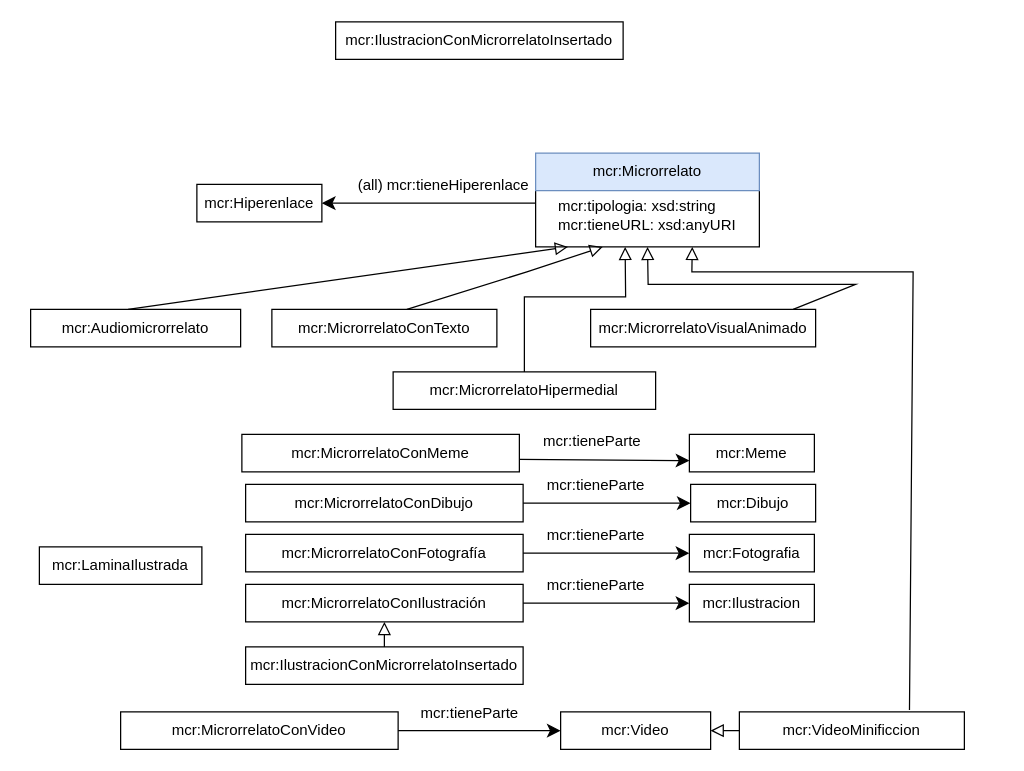
marianofl1971/microrrelatos keeps this draw.io diagram as suclassesDeMicrorrelatos.drawio. Above is the earlier version. Source tidied: cells renumbered, new cells numbered last; positions are measured from the earlier drawing's top-left corner, leaving out a move shared by most shapes. Both pictures are drawn from the tidied source at 125%, with x=0, y=0 at pixel (30, 21).
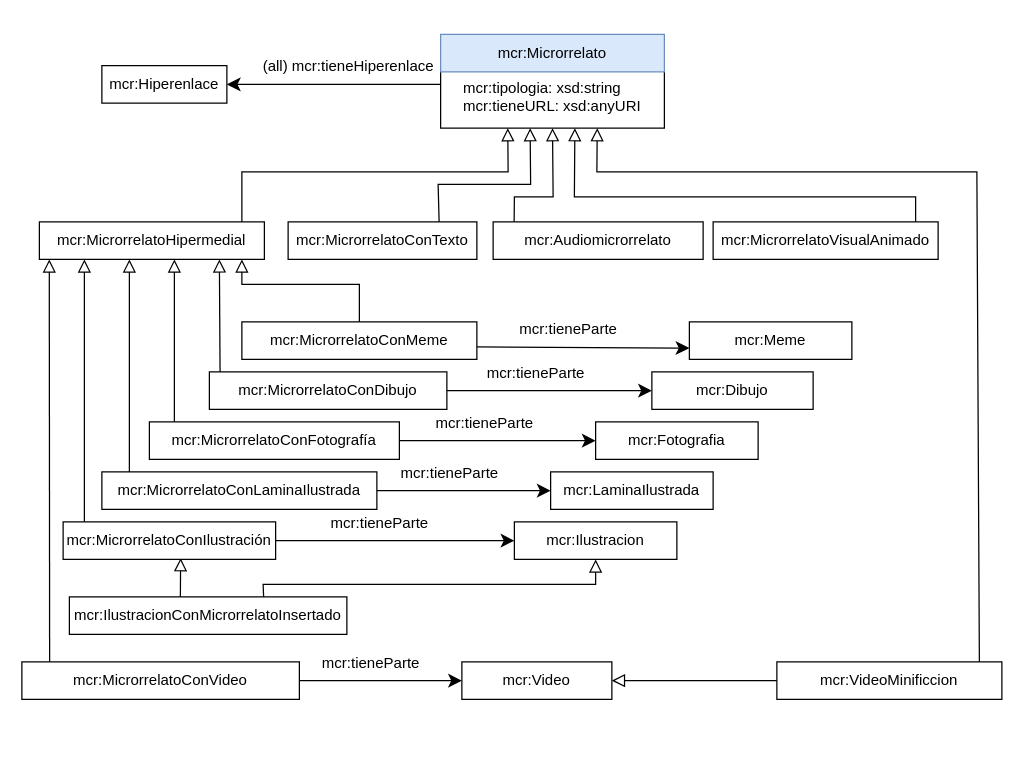
The same diagram, later.

Commit message (it also covers changes not shown here):
Parece que he cambiado ya microrrelato multimedia por microrrelato hipermedial

Diff of the diagram source:
```diff
@@
-    <mxCell id="2" value="mcr:MicrorrelatoConTexto" style="rounded=0;whiteSpace=wrap;html=1;snapToPoint=1;points=[[0.1,0],[0.2,0],[0.3,0],[0.4,0],[0.5,0],[0.6,0],[0.7,0],[0.8,0],[0.9,0],[0,0.1],[0,0.3],[0,0.5],[0,0.7],[0,0.9],[0.1,1],[0.2,1],[0.3,1],[0.4,1],[0.5,1],[0.6,1],[0.7,1],[0.8,1],[0.9,1],[1,0.1],[1,0.3],[1,0.5],[1,0.7],[1,0.9]];" parent="1" vertex="1">
-      <mxGeometry x="193" y="230" width="180" height="30" as="geometry" />
+    <mxCell id="2" value="mcr:MicrorrelatoHipermedial" style="rounded=0;whiteSpace=wrap;html=1;snapToPoint=1;points=[[0.1,0],[0.2,0],[0.3,0],[0.4,0],[0.5,0],[0.6,0],[0.7,0],[0.8,0],[0.9,0],[0,0.1],[0,0.3],[0,0.5],[0,0.7],[0,0.9],[0.1,1],[0.2,1],[0.3,1],[0.4,1],[0.5,1],[0.6,1],[0.7,1],[0.8,1],[0.9,1],[1,0.1],[1,0.3],[1,0.5],[1,0.7],[1,0.9]];" parent="1" vertex="1">
+      <mxGeometry x="7" y="160" width="180" height="30" as="geometry" />
     </mxCell>
-    <mxCell id="3" value="mcr:MicrorrelatoHipermedial" style="rounded=0;whiteSpace=wrap;html=1;snapToPoint=1;points=[[0.1,0],[0.2,0],[0.3,0],[0.4,0],[0.5,0],[0.6,0],[0.7,0],[0.8,0],[0.9,0],[0,0.1],[0,0.3],[0,0.5],[0,0.7],[0,0.9],[0.1,1],[0.2,1],[0.3,1],[0.4,1],[0.5,1],[0.6,1],[0.7,1],[0.8,1],[0.9,1],[1,0.1],[1,0.3],[1,0.5],[1,0.7],[1,0.9]];" parent="1" vertex="1">
-      <mxGeometry x="290" y="280" width="210" height="30" as="geometry" />
+    <mxCell id="3" value="mcr:MicrorrelatoConTexto" style="rounded=0;whiteSpace=wrap;html=1;snapToPoint=1;points=[[0.1,0],[0.2,0],[0.3,0],[0.4,0],[0.5,0],[0.6,0],[0.7,0],[0.8,0],[0.9,0],[0,0.1],[0,0.3],[0,0.5],[0,0.7],[0,0.9],[0.1,1],[0.2,1],[0.3,1],[0.4,1],[0.5,1],[0.6,1],[0.7,1],[0.8,1],[0.9,1],[1,0.1],[1,0.3],[1,0.5],[1,0.7],[1,0.9]];" parent="1" vertex="1">
+      <mxGeometry x="206" y="160" width="151" height="30" as="geometry" />
     </mxCell>
     <mxCell id="4" value="&lt;div align=&quot;left&quot;&gt;mcr:tipologia: xsd:string&lt;/div&gt;&lt;div&gt;mcr:tieneURL: xsd:anyURI&lt;br&gt;&lt;/div&gt;" style="rounded=0;whiteSpace=wrap;html=1;snapToPoint=1;points=[[0.1,0],[0.2,0],[0.3,0],[0.4,0],[0.5,0],[0.6,0],[0.7,0],[0.8,0],[0.9,0],[0,0.1],[0,0.3],[0,0.5],[0,0.7],[0,0.9],[0.1,1],[0.2,1],[0.3,1],[0.4,1],[0.5,1],[0.6,1],[0.7,1],[0.8,1],[0.9,1],[1,0.1],[1,0.3],[1,0.5],[1,0.7],[1,0.9]];" parent="1" vertex="1">
-      <mxGeometry x="404" y="130" width="179" height="50" as="geometry" />
+      <mxGeometry x="328" y="35" width="179" height="50" as="geometry" />
     </mxCell>
     <mxCell id="5" value="mcr:Microrrelato" style="rounded=0;whiteSpace=wrap;html=1;fillColor=#dae8fc;strokeColor=#6c8ebf;" parent="1" vertex="1">
-      <mxGeometry x="404" y="105" width="179" height="30" as="geometry" />
+      <mxGeometry x="328" y="10" width="179" height="30" as="geometry" />
     </mxCell>
     <mxCell id="6" value="mcr:MicrorrelatoVisualAnimado" style="rounded=0;whiteSpace=wrap;html=1;snapToPoint=1;points=[[0.1,0],[0.2,0],[0.3,0],[0.4,0],[0.5,0],[0.6,0],[0.7,0],[0.8,0],[0.9,0],[0,0.1],[0,0.3],[0,0.5],[0,0.7],[0,0.9],[0.1,1],[0.2,1],[0.3,1],[0.4,1],[0.5,1],[0.6,1],[0.7,1],[0.8,1],[0.9,1],[1,0.1],[1,0.3],[1,0.5],[1,0.7],[1,0.9]];" parent="1" vertex="1">
-      <mxGeometry x="448" y="230" width="180" height="30" as="geometry" />
+      <mxGeometry x="546" y="160" width="180" height="30" as="geometry" />
     </mxCell>
     <mxCell id="7" value="mcr:VideoMinificcion" style="rounded=0;whiteSpace=wrap;html=1;snapToPoint=1;points=[[0.1,0],[0.2,0],[0.3,0],[0.4,0],[0.5,0],[0.6,0],[0.7,0],[0.8,0],[0.9,0],[0,0.1],[0,0.3],[0,0.5],[0,0.7],[0,0.9],[0.1,1],[0.2,1],[0.3,1],[0.4,1],[0.5,1],[0.6,1],[0.7,1],[0.8,1],[0.9,1],[1,0.1],[1,0.3],[1,0.5],[1,0.7],[1,0.9]];" parent="1" vertex="1">
-      <mxGeometry x="567" y="552" width="180" height="30" as="geometry" />
+      <mxGeometry x="597" y="512" width="180" height="30" as="geometry" />
     </mxCell>
-    <mxCell id="8" style="endArrow=block;html=1;fontColor=#000099;endFill=0;entryX=0.145;entryY=1;entryDx=0;entryDy=0;endSize=8;arcSize=0;exitX=0.464;exitY=0;exitDx=0;exitDy=0;entryPerimeter=0;exitPerimeter=0;" parent="1" edge="1" source="12" target="4">
-      <mxGeometry relative="1" as="geometry" />
+    <mxCell id="8" style="endArrow=block;html=1;fontColor=#000099;endFill=0;entryX=0.5;entryY=1;entryDx=0;entryDy=0;endSize=8;arcSize=0;exitX=0.1;exitY=0;exitDx=0;exitDy=0;" parent="1" edge="1" source="12" target="4">
+      <mxGeometry relative="1" as="geometry">
+        <Array as="points">
+          <mxPoint x="387" y="140" />
+          <mxPoint x="418" y="140" />
+        </Array>
+      </mxGeometry>
     </mxCell>
-    <mxCell id="9" style="endArrow=block;html=1;fontColor=#000099;exitX=0.5;exitY=0;exitDx=0;exitDy=0;endFill=0;endSize=8;arcSize=0;entryX=0.4;entryY=1;entryDx=0;entryDy=0;" parent="1" edge="1" source="3" target="4">
+    <mxCell id="9" style="endArrow=block;html=1;fontColor=#000099;exitX=0.8;exitY=0;exitDx=0;exitDy=0;endFill=0;endSize=8;arcSize=0;entryX=0.4;entryY=1;entryDx=0;entryDy=0;" parent="1" edge="1" source="3" target="4">
       <mxGeometry relative="1" as="geometry">
         <Array as="points">
-          <mxPoint x="395" y="220" />
-          <mxPoint x="476" y="220" />
+          <mxPoint x="326" y="130" />
+          <mxPoint x="400" y="130" />
         </Array>
       </mxGeometry>
     </mxCell>
-    <mxCell id="10" style="endArrow=block;html=1;fontColor=#000099;exitX=0.756;exitY=-0.05;exitDx=0;exitDy=0;endFill=0;entryX=0.7;entryY=1;entryDx=0;entryDy=0;endSize=8;arcSize=0;exitPerimeter=0;" parent="1" edge="1" source="7" target="4">
+    <mxCell id="10" style="endArrow=block;html=1;fontColor=#000099;endFill=0;entryX=0.7;entryY=1;entryDx=0;entryDy=0;endSize=8;arcSize=0;exitX=0.9;exitY=0;exitDx=0;exitDy=0;" parent="1" edge="1" source="7" target="4">
       <mxGeometry relative="1" as="geometry">
         <Array as="points">
-          <mxPoint x="706" y="200" />
-          <mxPoint x="529" y="200" />
+          <mxPoint x="757" y="120" />
+          <mxPoint x="453" y="120" />
         </Array>
       </mxGeometry>
     </mxCell>
-    <mxCell id="11" style="endArrow=block;html=1;fontColor=#000099;endFill=0;entryX=0.3;entryY=1;entryDx=0;entryDy=0;endSize=8;arcSize=0;exitX=0.6;exitY=0;exitDx=0;exitDy=0;" parent="1" edge="1" source="2" target="4">
+    <mxCell id="11" style="endArrow=block;html=1;fontColor=#000099;endFill=0;entryX=0.3;entryY=1;entryDx=0;entryDy=0;endSize=8;arcSize=0;exitX=0.9;exitY=0;exitDx=0;exitDy=0;" parent="1" edge="1" source="2" target="4">
       <mxGeometry relative="1" as="geometry">
         <Array as="points">
-          <mxPoint x="397" y="200" />
+          <mxPoint x="169" y="120" />
+          <mxPoint x="382" y="120" />
         </Array>
       </mxGeometry>
     </mxCell>
     <mxCell id="12" value="mcr:Audiomicrorrelato" style="rounded=0;whiteSpace=wrap;html=1;snapToPoint=1;points=[[0.1,0],[0.2,0],[0.3,0],[0.4,0],[0.5,0],[0.6,0],[0.7,0],[0.8,0],[0.9,0],[0,0.1],[0,0.3],[0,0.5],[0,0.7],[0,0.9],[0.1,1],[0.2,1],[0.3,1],[0.4,1],[0.5,1],[0.6,1],[0.7,1],[0.8,1],[0.9,1],[1,0.1],[1,0.3],[1,0.5],[1,0.7],[1,0.9]];" parent="1" vertex="1">
-      <mxGeometry y="230" width="168" height="30" as="geometry" />
+      <mxGeometry x="370" y="160" width="168" height="30" as="geometry" />
     </mxCell>
-    <mxCell id="13" style="endArrow=block;html=1;fontColor=#000099;endFill=0;entryX=0.5;entryY=1;entryDx=0;entryDy=0;endSize=8;arcSize=0;exitX=0.9;exitY=0;exitDx=0;exitDy=0;" parent="1" edge="1" source="6" target="4">
+    <mxCell id="13" style="endArrow=block;html=1;fontColor=#000099;endFill=0;entryX=0.6;entryY=1;entryDx=0;entryDy=0;endSize=8;arcSize=0;exitX=0.9;exitY=0;exitDx=0;exitDy=0;" parent="1" edge="1" source="6" target="4">
       <mxGeometry relative="1" as="geometry">
         <Array as="points">
-          <mxPoint x="660" y="210" />
-          <mxPoint x="620" y="210" />
-          <mxPoint x="580" y="210" />
-          <mxPoint x="494" y="210" />
+          <mxPoint x="708" y="140" />
+          <mxPoint x="435" y="140" />
         </Array>
       </mxGeometry>
     </mxCell>
     <mxCell id="14" value="mcr:IlustracionConMicrorrelatoInsertado" style="rounded=0;whiteSpace=wrap;html=1;snapToPoint=1;points=[[0.1,0],[0.2,0],[0.3,0],[0.4,0],[0.5,0],[0.6,0],[0.7,0],[0.8,0],[0.9,0],[0,0.1],[0,0.3],[0,0.5],[0,0.7],[0,0.9],[0.1,1],[0.2,1],[0.3,1],[0.4,1],[0.5,1],[0.6,1],[0.7,1],[0.8,1],[0.9,1],[1,0.1],[1,0.3],[1,0.5],[1,0.7],[1,0.9]];" parent="1" vertex="1">
-      <mxGeometry x="172" y="500" width="222" height="30" as="geometry" />
+      <mxGeometry x="31" y="460" width="222" height="30" as="geometry" />
     </mxCell>
-    <mxCell id="15" style="endArrow=block;html=1;fontColor=#000099;endFill=0;endSize=8;arcSize=0;exitX=0.5;exitY=0;exitDx=0;exitDy=0;entryX=0.5;entryY=1;entryDx=0;entryDy=0;" parent="1" edge="1" source="14" target="21">
+    <mxCell id="15" style="endArrow=block;html=1;fontColor=#000099;endFill=0;endSize=8;arcSize=0;exitX=0.4;exitY=0;exitDx=0;exitDy=0;entryX=0.553;entryY=0.967;entryDx=0;entryDy=0;entryPerimeter=0;" parent="1" edge="1" source="14" target="21">
       <mxGeometry relative="1" as="geometry" />
     </mxCell>
     <mxCell id="16" value="mcr:Hiperenlace" style="rounded=0;whiteSpace=wrap;html=1;snapToPoint=1;points=[[0.1,0],[0.2,0],[0.3,0],[0.4,0],[0.5,0],[0.6,0],[0.7,0],[0.8,0],[0.9,0],[0,0.1],[0,0.3],[0,0.5],[0,0.7],[0,0.9],[0.1,1],[0.2,1],[0.3,1],[0.4,1],[0.5,1],[0.6,1],[0.7,1],[0.8,1],[0.9,1],[1,0.1],[1,0.3],[1,0.5],[1,0.7],[1,0.9]];" parent="1" vertex="1">
-      <mxGeometry x="133" y="130" width="100" height="30" as="geometry" />
+      <mxGeometry x="57" y="35" width="100" height="30" as="geometry" />
     </mxCell>
     <mxCell id="17" value="mcr:Video" style="rounded=0;whiteSpace=wrap;html=1;snapToPoint=1;points=[[0.1,0],[0.2,0],[0.3,0],[0.4,0],[0.5,0],[0.6,0],[0.7,0],[0.8,0],[0.9,0],[0,0.1],[0,0.3],[0,0.5],[0,0.7],[0,0.9],[0.1,1],[0.2,1],[0.3,1],[0.4,1],[0.5,1],[0.6,1],[0.7,1],[0.8,1],[0.9,1],[1,0.1],[1,0.3],[1,0.5],[1,0.7],[1,0.9]];" parent="1" vertex="1">
-      <mxGeometry x="424" y="552" width="120" height="30" as="geometry" />
+      <mxGeometry x="345" y="512" width="120" height="30" as="geometry" />
     </mxCell>
@@
     <mxCell id="19" value="mcr:Dibujo" style="rounded=0;whiteSpace=wrap;html=1;snapToPoint=1;points=[[0.1,0],[0.2,0],[0.3,0],[0.4,0],[0.5,0],[0.6,0],[0.7,0],[0.8,0],[0.9,0],[0,0.1],[0,0.3],[0,0.5],[0,0.7],[0,0.9],[0.1,1],[0.2,1],[0.3,1],[0.4,1],[0.5,1],[0.6,1],[0.7,1],[0.8,1],[0.9,1],[1,0.1],[1,0.3],[1,0.5],[1,0.7],[1,0.9]];" parent="1" vertex="1">
-      <mxGeometry x="528" y="370" width="100" height="30" as="geometry" />
+      <mxGeometry x="497" y="280" width="129" height="30" as="geometry" />
     </mxCell>
     <mxCell id="20" value="mcr:MicrorrelatoConFotografía" style="rounded=0;whiteSpace=wrap;html=1;snapToPoint=1;points=[[0.1,0],[0.2,0],[0.3,0],[0.4,0],[0.5,0],[0.6,0],[0.7,0],[0.8,0],[0.9,0],[0,0.1],[0,0.3],[0,0.5],[0,0.7],[0,0.9],[0.1,1],[0.2,1],[0.3,1],[0.4,1],[0.5,1],[0.6,1],[0.7,1],[0.8,1],[0.9,1],[1,0.1],[1,0.3],[1,0.5],[1,0.7],[1,0.9]];" parent="1" vertex="1">
-      <mxGeometry x="172" y="410" width="222" height="30" as="geometry" />
+      <mxGeometry x="95" y="320" width="200" height="30" as="geometry" />
     </mxCell>
     <mxCell id="21" value="mcr:MicrorrelatoConIlustración" style="rounded=0;whiteSpace=wrap;html=1;snapToPoint=1;points=[[0.1,0],[0.2,0],[0.3,0],[0.4,0],[0.5,0],[0.6,0],[0.7,0],[0.8,0],[0.9,0],[0,0.1],[0,0.3],[0,0.5],[0,0.7],[0,0.9],[0.1,1],[0.2,1],[0.3,1],[0.4,1],[0.5,1],[0.6,1],[0.7,1],[0.8,1],[0.9,1],[1,0.1],[1,0.3],[1,0.5],[1,0.7],[1,0.9]];" parent="1" vertex="1">
-      <mxGeometry x="172" y="450" width="222" height="30" as="geometry" />
+      <mxGeometry x="26" y="400" width="170" height="30" as="geometry" />
     </mxCell>
     <mxCell id="22" value="mcr:MicrorrelatoConDibujo" style="rounded=0;whiteSpace=wrap;html=1;snapToPoint=1;points=[[0.1,0],[0.2,0],[0.3,0],[0.4,0],[0.5,0],[0.6,0],[0.7,0],[0.8,0],[0.9,0],[0,0.1],[0,0.3],[0,0.5],[0,0.7],[0,0.9],[0.1,1],[0.2,1],[0.3,1],[0.4,1],[0.5,1],[0.6,1],[0.7,1],[0.8,1],[0.9,1],[1,0.1],[1,0.3],[1,0.5],[1,0.7],[1,0.9]];" parent="1" vertex="1">
-      <mxGeometry x="172" y="370" width="222" height="30" as="geometry" />
+      <mxGeometry x="143" y="280" width="190" height="30" as="geometry" />
     </mxCell>
     <mxCell id="23" value="mcr:MicrorrelatoConVideo" style="rounded=0;whiteSpace=wrap;html=1;snapToPoint=1;points=[[0.1,0],[0.2,0],[0.3,0],[0.4,0],[0.5,0],[0.6,0],[0.7,0],[0.8,0],[0.9,0],[0,0.1],[0,0.3],[0,0.5],[0,0.7],[0,0.9],[0.1,1],[0.2,1],[0.3,1],[0.4,1],[0.5,1],[0.6,1],[0.7,1],[0.8,1],[0.9,1],[1,0.1],[1,0.3],[1,0.5],[1,0.7],[1,0.9]];" parent="1" vertex="1">
-      <mxGeometry x="72" y="552" width="222" height="30" as="geometry" />
+      <mxGeometry x="-7" y="512" width="222" height="30" as="geometry" />
     </mxCell>
     <mxCell id="24" style="endArrow=classic;html=1;exitX=1;exitY=0.5;exitDx=0;exitDy=0;endSize=8;entryX=0;entryY=0.5;entryDx=0;entryDy=0;arcSize=0;" parent="1" edge="1" source="23" target="17">
       <mxGeometry relative="1" as="geometry">
         <Array as="points">
-          <mxPoint x="304" y="567" />
+          <mxPoint x="225" y="527" />
         </Array>
       </mxGeometry>
     </mxCell>
@@
     <mxCell id="26" value="mcr:Ilustracion" style="rounded=0;whiteSpace=wrap;html=1;snapToPoint=1;points=[[0.1,0],[0.2,0],[0.3,0],[0.4,0],[0.5,0],[0.6,0],[0.7,0],[0.8,0],[0.9,0],[0,0.1],[0,0.3],[0,0.5],[0,0.7],[0,0.9],[0.1,1],[0.2,1],[0.3,1],[0.4,1],[0.5,1],[0.6,1],[0.7,1],[0.8,1],[0.9,1],[1,0.1],[1,0.3],[1,0.5],[1,0.7],[1,0.9]];" parent="1" vertex="1">
-      <mxGeometry x="527" y="450" width="100" height="30" as="geometry" />
+      <mxGeometry x="387" y="400" width="130" height="30" as="geometry" />
     </mxCell>
-    <mxCell id="27" value="mcr:IlustracionConMicrorrelatoInsertado" style="rounded=0;whiteSpace=wrap;html=1;" parent="1" vertex="1">
-      <mxGeometry x="244" width="230" height="30" as="geometry" />
-    </mxCell>
     <mxCell id="28" value="mcr:Fotografia" style="rounded=0;whiteSpace=wrap;html=1;snapToPoint=1;points=[[0.1,0],[0.2,0],[0.3,0],[0.4,0],[0.5,0],[0.6,0],[0.7,0],[0.8,0],[0.9,0],[0,0.1],[0,0.3],[0,0.5],[0,0.7],[0,0.9],[0.1,1],[0.2,1],[0.3,1],[0.4,1],[0.5,1],[0.6,1],[0.7,1],[0.8,1],[0.9,1],[1,0.1],[1,0.3],[1,0.5],[1,0.7],[1,0.9]];" parent="1" vertex="1">
-      <mxGeometry x="527" y="410" width="100" height="30" as="geometry" />
+      <mxGeometry x="452" y="320" width="130" height="30" as="geometry" />
     </mxCell>
     <mxCell id="29" value="mcr:LaminaIlustrada" style="rounded=0;whiteSpace=wrap;html=1;snapToPoint=1;points=[[0.1,0],[0.2,0],[0.3,0],[0.4,0],[0.5,0],[0.6,0],[0.7,0],[0.8,0],[0.9,0],[0,0.1],[0,0.3],[0,0.5],[0,0.7],[0,0.9],[0.1,1],[0.2,1],[0.3,1],[0.4,1],[0.5,1],[0.6,1],[0.7,1],[0.8,1],[0.9,1],[1,0.1],[1,0.3],[1,0.5],[1,0.7],[1,0.9]];" parent="1" vertex="1">
-      <mxGeometry x="7" y="420" width="130" height="30" as="geometry" />
+      <mxGeometry x="416" y="360" width="130" height="30" as="geometry" />
     </mxCell>
     <mxCell id="30" value="mcr:Meme" style="rounded=0;whiteSpace=wrap;html=1;snapToPoint=1;points=[[0.1,0],[0.2,0],[0.3,0],[0.4,0],[0.5,0],[0.6,0],[0.7,0],[0.8,0],[0.9,0],[0,0.1],[0,0.3],[0,0.5],[0,0.7],[0,0.9],[0.1,1],[0.2,1],[0.3,1],[0.4,1],[0.5,1],[0.6,1],[0.7,1],[0.8,1],[0.9,1],[1,0.1],[1,0.3],[1,0.5],[1,0.7],[1,0.9]];" parent="1" vertex="1">
-      <mxGeometry x="527" y="330" width="100" height="30" as="geometry" />
+      <mxGeometry x="527" y="240" width="130" height="30" as="geometry" />
     </mxCell>
     <mxCell id="31" value="mcr:MicrorrelatoConMeme" style="rounded=0;whiteSpace=wrap;html=1;snapToPoint=1;points=[[0.1,0],[0.2,0],[0.3,0],[0.4,0],[0.5,0],[0.6,0],[0.7,0],[0.8,0],[0.9,0],[0,0.1],[0,0.3],[0,0.5],[0,0.7],[0,0.9],[0.1,1],[0.2,1],[0.3,1],[0.4,1],[0.5,1],[0.6,1],[0.7,1],[0.8,1],[0.9,1],[1,0.1],[1,0.3],[1,0.5],[1,0.7],[1,0.9]];" parent="1" vertex="1">
-      <mxGeometry x="169" y="330" width="222" height="30" as="geometry" />
+      <mxGeometry x="169" y="240" width="188" height="30" as="geometry" />
     </mxCell>
     <mxCell id="32" style="endArrow=classic;html=1;exitX=0;exitY=0.3;exitDx=0;exitDy=0;endSize=8;entryX=1;entryY=0.5;entryDx=0;entryDy=0;arcSize=0;" parent="1" edge="1" source="4" target="16">
       <mxGeometry relative="1" as="geometry">
         <Array as="points">
-          <mxPoint x="357" y="145" />
+          <mxPoint x="281" y="50" />
         </Array>
       </mxGeometry>
     </mxCell>
@@
+    <mxCell id="42" value="mcr:MicrorrelatoConLaminaIlustrada" style="rounded=0;whiteSpace=wrap;html=1;snapToPoint=1;points=[[0.1,0],[0.2,0],[0.3,0],[0.4,0],[0.5,0],[0.6,0],[0.7,0],[0.8,0],[0.9,0],[0,0.1],[0,0.3],[0,0.5],[0,0.7],[0,0.9],[0.1,1],[0.2,1],[0.3,1],[0.4,1],[0.5,1],[0.6,1],[0.7,1],[0.8,1],[0.9,1],[1,0.1],[1,0.3],[1,0.5],[1,0.7],[1,0.9]];" parent="1" vertex="1">
+      <mxGeometry x="57" y="360" width="220" height="30" as="geometry" />
+    </mxCell>
+    <mxCell id="43" style="endArrow=classic;html=1;exitX=1;exitY=0.5;exitDx=0;exitDy=0;endSize=8;arcSize=0;entryX=0;entryY=0.5;entryDx=0;entryDy=0;" parent="1" edge="1" source="42" target="29">
+      <mxGeometry relative="1" as="geometry" />
+    </mxCell>
+    <mxCell id="44" value="mcr:tieneParte" style="text;html=1;align=center;verticalAlign=middle;labelBackgroundColor=#ffffff;" parent="43" vertex="1">
+      <mxGeometry x="-0.13" relative="1" as="geometry">
+        <mxPoint x="-3" y="-15" as="offset" />
+      </mxGeometry>
+    </mxCell>
+    <mxCell id="45" style="endArrow=block;html=1;fontColor=#000099;endFill=0;entryX=0.9;entryY=1;entryDx=0;entryDy=0;endSize=8;arcSize=0;exitX=0.5;exitY=0;exitDx=0;exitDy=0;" parent="1" edge="1" source="31" target="2">
+      <mxGeometry relative="1" as="geometry">
+        <Array as="points">
+          <mxPoint x="263" y="210" />
+          <mxPoint x="169" y="210" />
+        </Array>
+      </mxGeometry>
+    </mxCell>
+    <mxCell id="46" style="endArrow=block;html=1;fontColor=#000099;endFill=0;entryX=0.8;entryY=1;entryDx=0;entryDy=0;endSize=8;arcSize=0;exitX=0.045;exitY=0;exitDx=0;exitDy=0;exitPerimeter=0;" parent="1" edge="1" source="22" target="2">
+      <mxGeometry relative="1" as="geometry" />
+    </mxCell>
+    <mxCell id="47" style="endArrow=block;html=1;fontColor=#000099;endFill=0;entryX=0.6;entryY=1;entryDx=0;entryDy=0;endSize=8;arcSize=0;exitX=0.1;exitY=0;exitDx=0;exitDy=0;" parent="1" edge="1" source="20" target="2">
+      <mxGeometry relative="1" as="geometry" />
+    </mxCell>
+    <mxCell id="48" style="endArrow=block;html=1;fontColor=#000099;endFill=0;entryX=0.4;entryY=1;entryDx=0;entryDy=0;endSize=8;arcSize=0;exitX=0.1;exitY=0;exitDx=0;exitDy=0;" parent="1" edge="1" source="42" target="2">
+      <mxGeometry relative="1" as="geometry" />
+    </mxCell>
+    <mxCell id="49" style="endArrow=block;html=1;fontColor=#000099;endFill=0;entryX=0.2;entryY=1;entryDx=0;entryDy=0;endSize=8;arcSize=0;exitX=0.1;exitY=0;exitDx=0;exitDy=0;" parent="1" edge="1" source="21" target="2">
+      <mxGeometry relative="1" as="geometry" />
+    </mxCell>
+    <mxCell id="50" style="endArrow=block;html=1;fontColor=#000099;endFill=0;entryX=0.044;entryY=1;entryDx=0;entryDy=0;endSize=8;arcSize=0;exitX=0.1;exitY=0;exitDx=0;exitDy=0;entryPerimeter=0;" parent="1" edge="1" source="23" target="2">
+      <mxGeometry relative="1" as="geometry" />
+    </mxCell>
+    <mxCell id="51" style="endArrow=block;html=1;fontColor=#000099;endFill=0;endSize=8;arcSize=0;exitX=0.7;exitY=0;exitDx=0;exitDy=0;entryX=0.5;entryY=1;entryDx=0;entryDy=0;" parent="1" edge="1" source="14" target="26">
+      <mxGeometry relative="1" as="geometry">
+        <Array as="points">
+          <mxPoint x="186" y="450" />
+          <mxPoint x="452" y="450" />
+        </Array>
+      </mxGeometry>
+    </mxCell>
```
